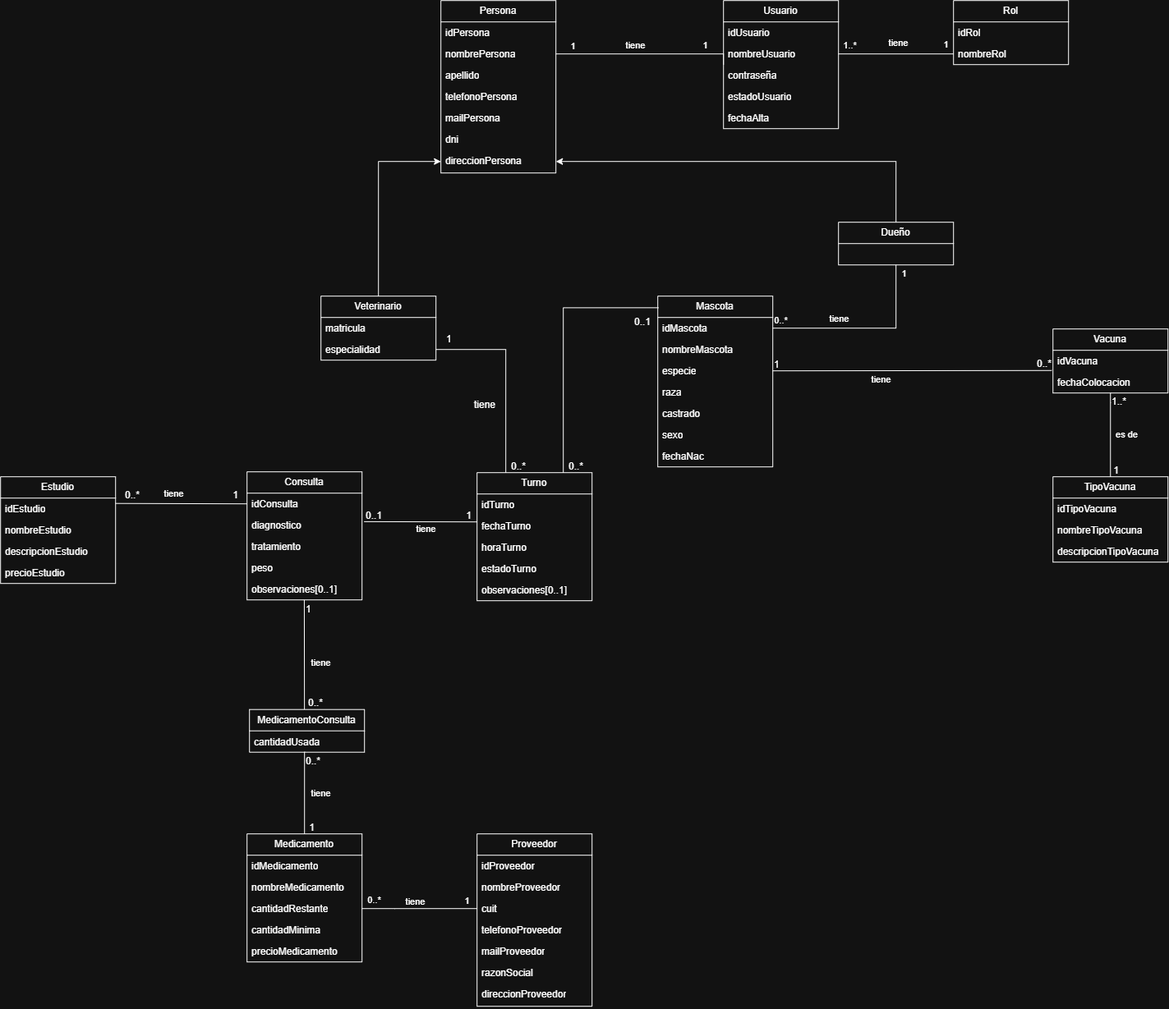
Above: docs/modeloVete.png in ggiuliana/DSW-tp (draw.io), before the change. Source tidied: cells renumbered, new cells last; positions are measured from the earlier drawing's top-left corner, leaving out a move shared by most shapes.
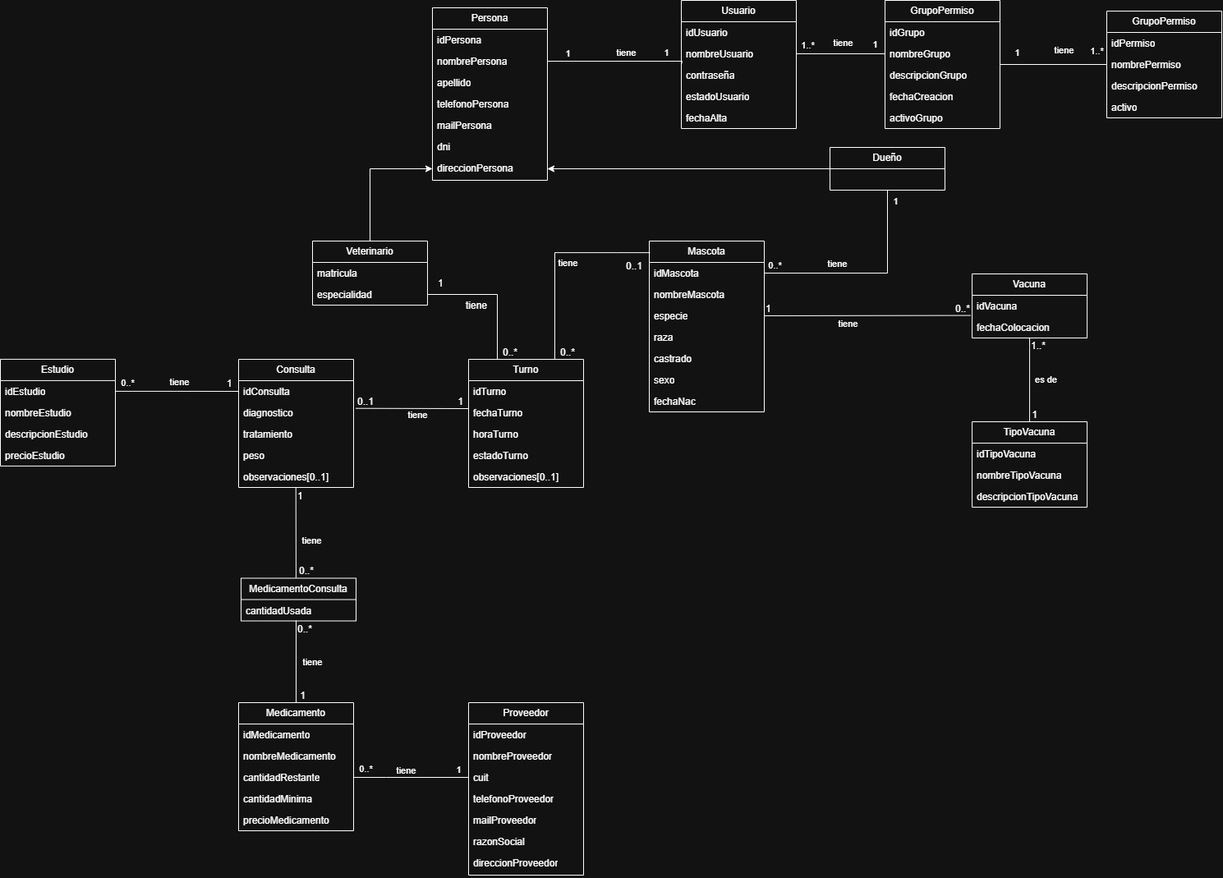
After the commit.

Commit message:
Actualizacion del modelo

The edit, as a diff of the source:
```diff
@@ -4,4 +4,19 @@
     <mxCell id="1" parent="0" />
+    <mxCell id="120" value="GrupoPermiso" style="swimlane;fontStyle=0;horizontal=1;startSize=26;fillColor=none;whiteSpace=wrap;html=1;" parent="1" vertex="1">
+      <mxGeometry x="1357" y="4" width="140" height="130" as="geometry" />
+    </mxCell>
+    <mxCell id="121" value="idPermiso" style="text;strokeColor=none;fillColor=none;align=left;verticalAlign=top;spacingLeft=4;spacingRight=4;overflow=hidden;whiteSpace=wrap;html=1;" parent="120" vertex="1">
+      <mxGeometry y="26" width="140" height="26" as="geometry" />
+    </mxCell>
+    <mxCell id="122" value="nombrePermiso" style="text;strokeColor=none;fillColor=none;align=left;verticalAlign=top;spacingLeft=4;spacingRight=4;overflow=hidden;whiteSpace=wrap;html=1;" parent="120" vertex="1">
+      <mxGeometry y="52" width="140" height="26" as="geometry" />
+    </mxCell>
+    <mxCell id="123" value="descripcionPermiso" style="text;strokeColor=none;fillColor=none;align=left;verticalAlign=top;spacingLeft=4;spacingRight=4;overflow=hidden;whiteSpace=wrap;html=1;" parent="120" vertex="1">
+      <mxGeometry y="78" width="140" height="26" as="geometry" />
+    </mxCell>
+    <mxCell id="124" value="activo" style="text;strokeColor=none;fillColor=none;align=left;verticalAlign=top;spacingLeft=4;spacingRight=4;overflow=hidden;whiteSpace=wrap;html=1;" parent="120" vertex="1">
+      <mxGeometry y="104" width="140" height="26" as="geometry" />
+    </mxCell>
     <mxCell id="2" value="Veterinario" style="swimlane;fontStyle=0;horizontal=1;startSize=26;fillColor=none;whiteSpace=wrap;html=1;" parent="1" vertex="1">
-      <mxGeometry x="390" y="360" width="140" height="78" as="geometry" />
+      <mxGeometry x="390" y="284" width="140" height="78" as="geometry" />
     </mxCell>
@@ -14,3 +29,3 @@
     <mxCell id="5" value="Mascota" style="swimlane;fontStyle=0;horizontal=1;startSize=26;fillColor=none;whiteSpace=wrap;html=1;" parent="1" vertex="1">
-      <mxGeometry x="800" y="360" width="140" height="208" as="geometry" />
+      <mxGeometry x="800" y="284" width="140" height="208" as="geometry" />
     </mxCell>
@@ -41,6 +56,6 @@
     <mxCell id="14" value="Dueño" style="swimlane;fontStyle=0;horizontal=1;startSize=26;fillColor=none;whiteSpace=wrap;html=1;" parent="1" vertex="1">
-      <mxGeometry x="1020" y="270" width="140" height="52" as="geometry" />
+      <mxGeometry x="1020" y="170" width="140" height="52" as="geometry" />
     </mxCell>
     <mxCell id="15" value="Turno" style="swimlane;fontStyle=0;horizontal=1;startSize=26;fillColor=none;whiteSpace=wrap;html=1;" parent="1" vertex="1">
-      <mxGeometry x="580" y="575" width="140" height="156" as="geometry" />
+      <mxGeometry x="580" y="428" width="140" height="156" as="geometry" />
     </mxCell>
@@ -62,3 +77,3 @@
     <mxCell id="21" value="Vacuna" style="swimlane;fontStyle=0;horizontal=1;startSize=26;fillColor=none;whiteSpace=wrap;html=1;" parent="1" vertex="1">
-      <mxGeometry x="1281" y="400" width="140" height="78" as="geometry" />
+      <mxGeometry x="1193" y="324" width="140" height="78" as="geometry" />
     </mxCell>
@@ -71,3 +86,3 @@
     <mxCell id="24" value="Estudio" style="swimlane;fontStyle=0;horizontal=1;startSize=26;fillColor=none;whiteSpace=wrap;html=1;" parent="1" vertex="1">
-      <mxGeometry y="580" width="140" height="130" as="geometry" />
+      <mxGeometry x="10" y="427.9" width="140" height="130" as="geometry" />
     </mxCell>
@@ -86,3 +101,3 @@
     <mxCell id="29" value="TipoVacuna" style="swimlane;fontStyle=0;horizontal=1;startSize=26;fillColor=none;whiteSpace=wrap;html=1;" parent="1" vertex="1">
-      <mxGeometry x="1281" y="580" width="140" height="104" as="geometry" />
+      <mxGeometry x="1193" y="504" width="140" height="104" as="geometry" />
     </mxCell>
@@ -98,3 +113,3 @@
     <mxCell id="33" value="Consulta" style="swimlane;fontStyle=0;horizontal=1;startSize=26;fillColor=none;whiteSpace=wrap;html=1;" parent="1" vertex="1">
-      <mxGeometry x="300" y="574" width="140" height="156" as="geometry" />
+      <mxGeometry x="300" y="428" width="140" height="156" as="geometry" />
     </mxCell>
@@ -117,5 +132,5 @@
       <mxGeometry relative="1" as="geometry">
-        <mxPoint x="530" y="425" as="sourcePoint" />
+        <mxPoint x="530" y="349" as="sourcePoint" />
         <Array as="points">
-          <mxPoint x="615" y="425" />
+          <mxPoint x="615" y="349" />
         </Array>
@@ -140,3 +155,3 @@
         <Array as="points">
-          <mxPoint x="1351" y="490" />
+          <mxPoint x="1263" y="414" />
         </Array>
@@ -161,4 +176,4 @@
       <mxGeometry relative="1" as="geometry">
-        <mxPoint x="442.5" y="634.7" as="sourcePoint" />
-        <mxPoint x="580" y="635" as="targetPoint" />
+        <mxPoint x="442.5" y="487.7" as="sourcePoint" />
+        <mxPoint x="580" y="488" as="targetPoint" />
       </mxGeometry>
@@ -181,4 +196,4 @@
         <Array as="points">
-          <mxPoint x="480" y="1106" />
-          <mxPoint x="480" y="1106" />
+          <mxPoint x="480" y="937" />
+          <mxPoint x="480" y="937" />
         </Array>
@@ -202,3 +217,3 @@
     <mxCell id="56" value="Medicamento" style="swimlane;fontStyle=0;horizontal=1;startSize=26;fillColor=none;whiteSpace=wrap;html=1;" parent="1" vertex="1">
-      <mxGeometry x="300" y="1015" width="140" height="156" as="geometry" />
+      <mxGeometry x="300" y="846" width="140" height="156" as="geometry" />
     </mxCell>
@@ -220,3 +235,3 @@
     <mxCell id="62" value="MedicamentoConsulta" style="swimlane;fontStyle=0;horizontal=1;startSize=26;fillColor=none;whiteSpace=wrap;html=1;" parent="1" vertex="1">
-      <mxGeometry x="303" y="863.5" width="140" height="52" as="geometry" />
+      <mxGeometry x="303" y="694.5" width="140" height="52" as="geometry" />
     </mxCell>
@@ -226,6 +241,6 @@
     <mxCell id="64" value="1" style="html=1;whiteSpace=wrap;align=left;verticalAlign=bottom;direction=south;" parent="1" vertex="1">
-      <mxGeometry x="541" y="420" as="geometry" />
+      <mxGeometry x="541" y="344" as="geometry" />
     </mxCell>
     <mxCell id="65" value="0..1" style="html=1;whiteSpace=wrap;align=left;verticalAlign=bottom;rotation=0;" parent="1" vertex="1">
-      <mxGeometry x="770" y="399" as="geometry" />
+      <mxGeometry x="770" y="323" as="geometry" />
     </mxCell>
@@ -251,4 +266,4 @@
       <mxGeometry relative="1" as="geometry">
-        <mxPoint x="370" y="915" as="sourcePoint" />
-        <mxPoint x="370" y="1015" as="targetPoint" />
+        <mxPoint x="370" y="746" as="sourcePoint" />
+        <mxPoint x="370" y="846" as="targetPoint" />
       </mxGeometry>
@@ -295,3 +310,3 @@
     <mxCell id="82" value="Usuario" style="swimlane;fontStyle=0;horizontal=1;startSize=26;fillColor=none;whiteSpace=wrap;html=1;" parent="1" vertex="1">
-      <mxGeometry x="880" width="140" height="156" as="geometry" />
+      <mxGeometry x="839" y="-9" width="140" height="156" as="geometry" />
     </mxCell>
@@ -312,11 +327,28 @@
     </mxCell>
+    <mxCell id="125" style="edgeStyle=orthogonalEdgeStyle;rounded=0;jettySize=auto;html=1;endArrow=none;endFill=0;" parent="1" edge="1" source="88" target="120">
+      <mxGeometry relative="1" as="geometry" />
+    </mxCell>
+    <mxCell id="126" value="1" style="edgeLabel;html=1;align=center;verticalAlign=middle;" parent="125" vertex="1">
+      <mxGeometry x="-0.78" y="-1" relative="1" as="geometry">
+        <mxPoint x="6" y="-16" as="offset" />
+      </mxGeometry>
+    </mxCell>
-    <mxCell id="88" value="Rol" style="swimlane;fontStyle=0;horizontal=1;startSize=26;fillColor=none;whiteSpace=wrap;html=1;" parent="1" vertex="1">
-      <mxGeometry x="1160" width="140" height="78" as="geometry" />
+    <mxCell id="88" value="GrupoPermiso" style="swimlane;fontStyle=0;horizontal=1;startSize=26;fillColor=none;whiteSpace=wrap;html=1;" parent="1" vertex="1">
+      <mxGeometry x="1087" y="-9" width="140" height="156" as="geometry" />
     </mxCell>
-    <mxCell id="89" value="idRol" style="text;strokeColor=none;fillColor=none;align=left;verticalAlign=top;spacingLeft=4;spacingRight=4;overflow=hidden;whiteSpace=wrap;html=1;" parent="88" vertex="1">
+    <mxCell id="89" value="idGrupo" style="text;strokeColor=none;fillColor=none;align=left;verticalAlign=top;spacingLeft=4;spacingRight=4;overflow=hidden;whiteSpace=wrap;html=1;" parent="88" vertex="1">
       <mxGeometry y="26" width="140" height="26" as="geometry" />
     </mxCell>
-    <mxCell id="90" value="nombreRol" style="text;strokeColor=none;fillColor=none;align=left;verticalAlign=top;spacingLeft=4;spacingRight=4;overflow=hidden;points=[[0,0.5],[1,0.5]];portConstraint=eastwest;whiteSpace=wrap;html=1;" parent="88" vertex="1">
+    <mxCell id="90" value="nombreGrupo" style="text;strokeColor=none;fillColor=none;align=left;verticalAlign=top;spacingLeft=4;spacingRight=4;overflow=hidden;points=[[0,0.5],[1,0.5]];portConstraint=eastwest;whiteSpace=wrap;html=1;" parent="88" vertex="1">
       <mxGeometry y="52" width="140" height="26" as="geometry" />
     </mxCell>
+    <mxCell id="127" value="descripcionGrupo" style="text;strokeColor=none;fillColor=none;align=left;verticalAlign=top;spacingLeft=4;spacingRight=4;overflow=hidden;whiteSpace=wrap;html=1;" parent="88" vertex="1">
+      <mxGeometry y="78" width="140" height="26" as="geometry" />
+    </mxCell>
+    <mxCell id="128" value="fechaCreacion" style="text;strokeColor=none;fillColor=none;align=left;verticalAlign=top;spacingLeft=4;spacingRight=4;overflow=hidden;whiteSpace=wrap;html=1;" parent="88" vertex="1">
+      <mxGeometry y="104" width="140" height="26" as="geometry" />
+    </mxCell>
+    <mxCell id="129" value="activoGrupo" style="text;strokeColor=none;fillColor=none;align=left;verticalAlign=top;spacingLeft=4;spacingRight=4;overflow=hidden;whiteSpace=wrap;html=1;" parent="88" vertex="1">
+      <mxGeometry y="130" width="140" height="26" as="geometry" />
+    </mxCell>
     <mxCell id="91" style="edgeStyle=orthogonalEdgeStyle;rounded=0;jettySize=auto;html=1;exitX=0;exitY=0.5;exitDx=0;exitDy=0;entryX=0.5;entryY=0;entryDx=0;entryDy=0;endArrow=none;endFill=0;startArrow=classic;startFill=1;" parent="1" edge="1" source="81" target="2">
@@ -325,5 +357,5 @@
     <mxCell id="92" style="edgeStyle=orthogonalEdgeStyle;rounded=0;jettySize=auto;html=1;entryX=0;entryY=0.5;entryDx=0;entryDy=0;endArrow=none;endFill=0;" parent="1" edge="1" source="76" target="82">
-      <mxGeometry relative="1" as="geometry">
+      <mxGeometry x="0.49" relative="1" as="geometry">
         <Array as="points">
-          <mxPoint x="880" y="65" />
+          <mxPoint x="840" y="65" />
         </Array>
@@ -332,3 +364,3 @@
     <mxCell id="93" value="1" style="edgeLabel;html=1;align=center;verticalAlign=middle;" parent="92" vertex="1">
-      <mxGeometry x="-0.71" y="1" relative="1" as="geometry">
+      <mxGeometry x="-0.57" y="1" relative="1" as="geometry">
         <mxPoint x="-12" y="-9" as="offset" />
@@ -342,4 +374,4 @@
     <mxCell id="95" value="tiene" style="edgeLabel;html=1;align=center;verticalAlign=middle;" parent="92" vertex="1">
-      <mxGeometry x="-0.12" relative="1" as="geometry">
-        <mxPoint x="1" y="-11" as="offset" />
+      <mxGeometry x="0.31" relative="1" as="geometry">
+        <mxPoint x="-15" y="-11" as="offset" />
       </mxGeometry>
@@ -351,3 +383,3 @@
       <mxGeometry x="-0.52" y="-5" relative="1" as="geometry">
-        <mxPoint x="-20" y="-16" as="offset" />
+        <mxPoint x="-13" y="-16" as="offset" />
       </mxGeometry>
@@ -356,3 +388,3 @@
       <mxGeometry x="-0.15" y="1" relative="1" as="geometry">
-        <mxPoint x="70" y="-11" as="offset" />
+        <mxPoint x="49" y="-11" as="offset" />
       </mxGeometry>
@@ -364,2 +396,12 @@
     </mxCell>
+    <mxCell id="130" value="1..*" style="edgeLabel;html=1;align=center;verticalAlign=middle;" parent="96" vertex="1">
+      <mxGeometry x="-0.52" y="-5" relative="1" as="geometry">
+        <mxPoint x="339" y="-9" as="offset" />
+      </mxGeometry>
+    </mxCell>
+    <mxCell id="131" value="tiene" style="edgeLabel;html=1;align=center;verticalAlign=middle;" parent="96" vertex="1">
+      <mxGeometry x="0.04" y="2" relative="1" as="geometry">
+        <mxPoint x="269" y="-3" as="offset" />
+      </mxGeometry>
+    </mxCell>
     <mxCell id="100" style="edgeStyle=orthogonalEdgeStyle;rounded=0;jettySize=auto;html=1;entryX=0.5;entryY=1;entryDx=0;entryDy=0;endArrow=none;endFill=0;" parent="1" edge="1" source="6" target="14">
@@ -382,7 +424,12 @@
     </mxCell>
+    <mxCell id="132" value="tiene" style="edgeLabel;html=1;align=center;verticalAlign=middle;" parent="100" vertex="1">
+      <mxGeometry x="-0.28" relative="1" as="geometry">
+        <mxPoint x="-330" y="-13" as="offset" />
+      </mxGeometry>
+    </mxCell>
     <mxCell id="104" value="tiene" style="text;html=1;whiteSpace=wrap;strokeColor=none;fillColor=none;align=center;verticalAlign=middle;rounded=0;" parent="1" vertex="1">
-      <mxGeometry x="560" y="478" width="60" height="30" as="geometry" />
+      <mxGeometry x="560" y="348" width="60" height="30" as="geometry" />
     </mxCell>
     <mxCell id="105" value="Proveedor" style="swimlane;fontStyle=0;horizontal=1;startSize=26;fillColor=none;whiteSpace=wrap;html=1;" parent="1" vertex="1">
-      <mxGeometry x="580" y="1015" width="140" height="210" as="geometry" />
+      <mxGeometry x="580" y="846" width="140" height="210" as="geometry" />
     </mxCell>
@@ -413,19 +460,23 @@
     <mxCell id="114" value="0..*" style="html=1;whiteSpace=wrap;align=left;verticalAlign=bottom;direction=east;" parent="1" vertex="1">
-      <mxGeometry x="620" y="575" as="geometry" />
+      <mxGeometry x="620" y="428" as="geometry" />
     </mxCell>
     <mxCell id="115" value="0..*" style="html=1;whiteSpace=wrap;align=left;verticalAlign=bottom;direction=east;" parent="1" vertex="1">
-      <mxGeometry x="690" y="575" as="geometry" />
+      <mxGeometry x="690" y="428" as="geometry" />
     </mxCell>
-    <mxCell id="116" style="rounded=0;jettySize=auto;html=1;endArrow=none;endFill=0;exitX=1;exitY=0.25;exitDx=0;exitDy=0;entryX=0;entryY=0.25;entryDx=0;entryDy=0;" parent="1" edge="1" source="24" target="33">
-      <mxGeometry relative="1" as="geometry" />
-    </mxCell>
+    <mxCell id="133" style="edgeStyle=orthogonalEdgeStyle;rounded=0;jettySize=auto;html=1;endArrow=none;endFill=0;" parent="1" edge="1" source="25" target="34">
+      <mxGeometry relative="1" as="geometry" />
+    </mxCell>
+    <mxCell id="134" value="tiene" style="edgeLabel;html=1;align=center;verticalAlign=middle;" parent="133" vertex="1">
+      <mxGeometry x="-0.25" y="4" relative="1" as="geometry">
+        <mxPoint x="21" y="-7" as="offset" />
+      </mxGeometry>
+    </mxCell>
-    <mxCell id="117" value="0..*" style="html=1;whiteSpace=wrap;align=right;verticalAlign=bottom;" parent="1" vertex="1">
-      <mxGeometry x="170" y="610" as="geometry" />
+    <mxCell id="117" value="0..*" style="edgeLabel;html=1;align=center;verticalAlign=middle;" parent="133" vertex="1">
+      <mxGeometry x="-0.72" relative="1" as="geometry">
+        <mxPoint x="-7" y="-10" as="offset" />
+      </mxGeometry>
     </mxCell>
-    <mxCell id="118" value="tiene" style="edgeLabel;html=1;align=center;verticalAlign=middle;" parent="1" vertex="1">
-      <mxGeometry x="210" y="600" as="geometry" />
-    </mxCell>
-    <mxCell id="119" value="1" style="html=1;whiteSpace=wrap;align=right;verticalAlign=bottom;" parent="1" vertex="1">
-      <mxGeometry x="290" y="610" as="geometry" />
-    </mxCell>
+    <mxCell id="135" value="1" style="text;html=1;whiteSpace=wrap;strokeColor=none;fillColor=none;align=center;verticalAlign=middle;rounded=0;" parent="1" vertex="1">
+      <mxGeometry x="259" y="443" width="60" height="30" as="geometry" />
+    </mxCell>
   </root>
```
